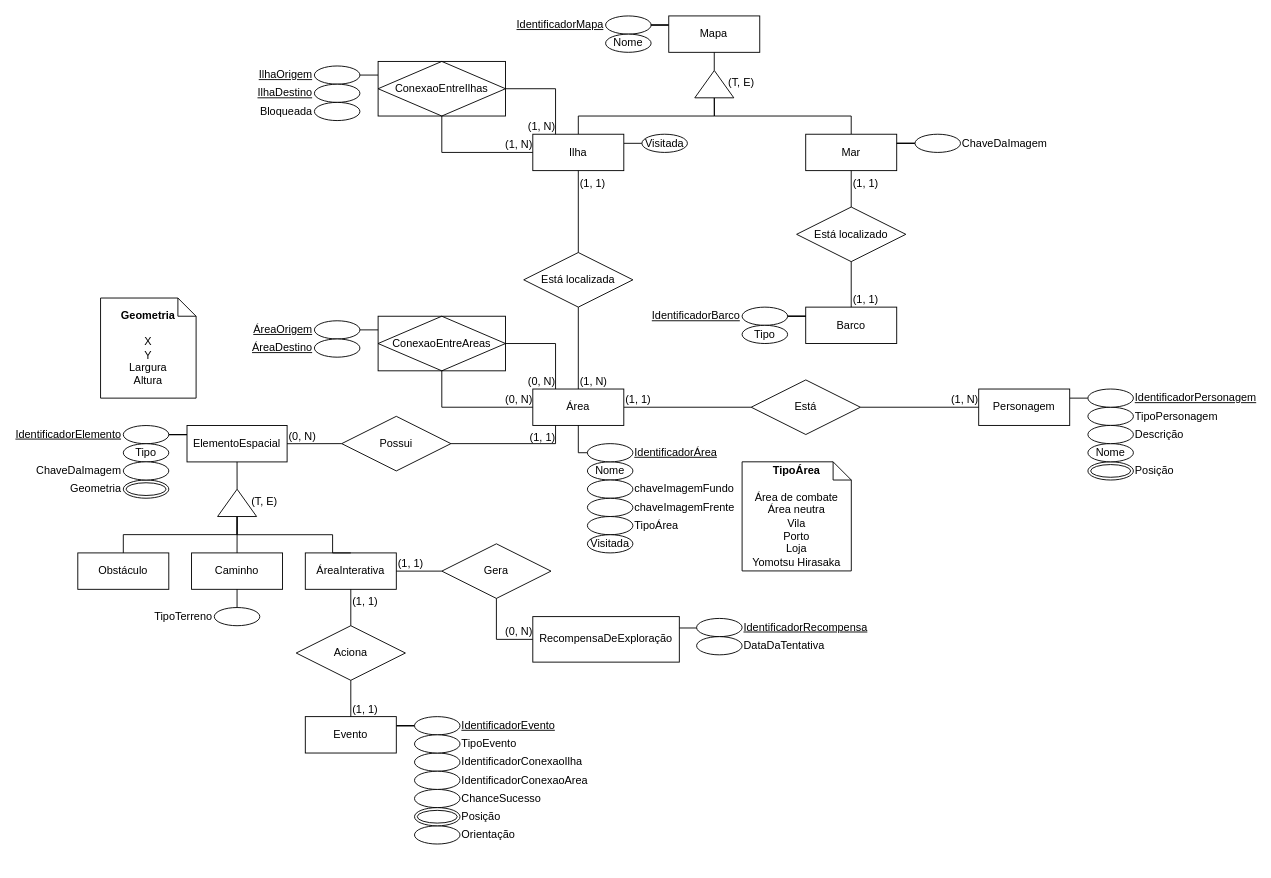
SBD1/2025.1-Marventura keeps this draw.io diagram as docs/assets/drawio/diagrama-entidade-relacionamento-mapa.drawio. Above is the earlier version. Source tidied: cells renumbered, new cells numbered last; positions are measured from the earlier drawing's top-left corner, leaving out a move shared by most shapes. Both pictures are drawn from the tidied source at 91%, with x=0, y=0 at pixel (77, 15).
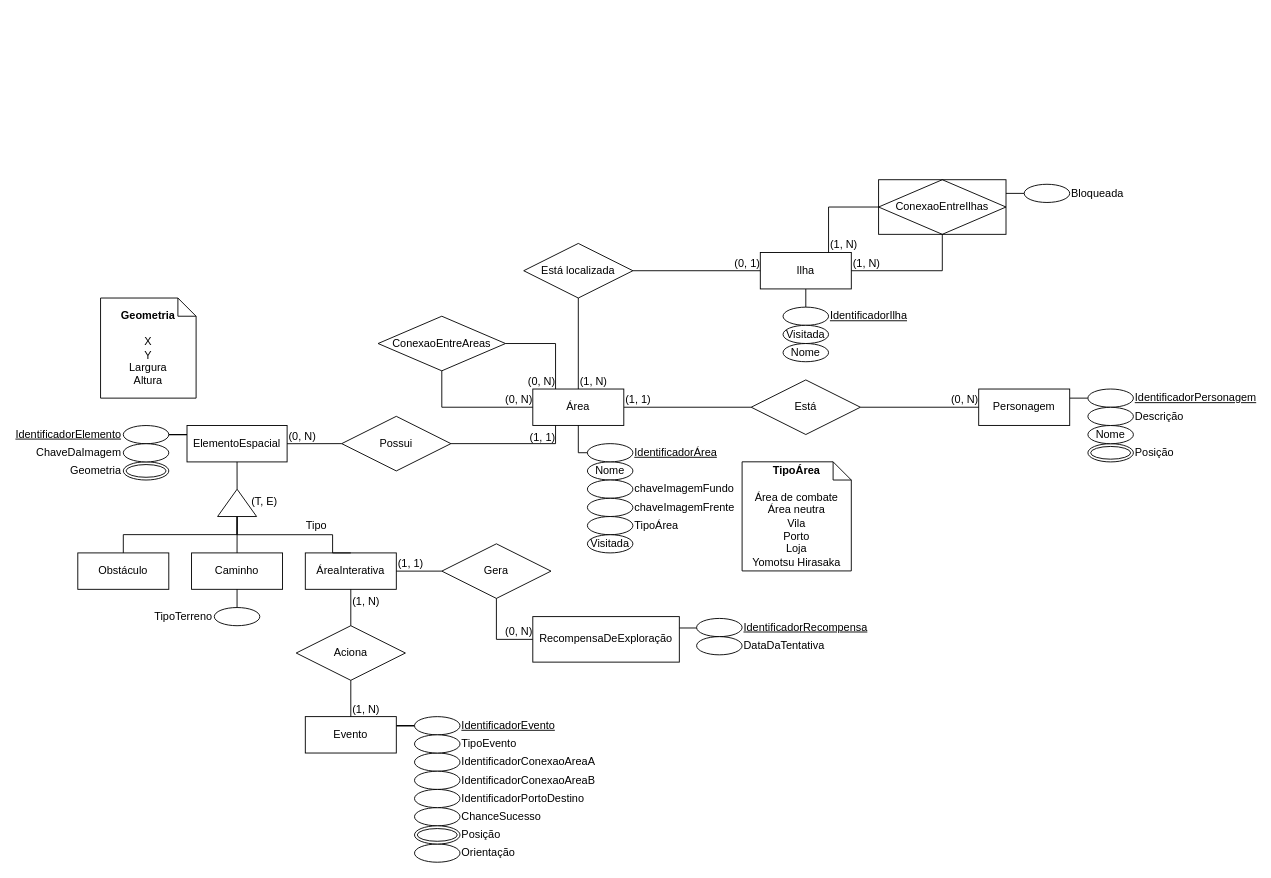
The same page after the edit.

Commit message (it also covers changes not shown here):
Adiciona versão final dos diagramas de mapa

Unchanged cells that the change refers to:
```xml
<mxCell id="7" style="endArrow=none;html=1;rounded=0;exitX=1;exitY=0.5;exitDx=0;exitDy=0;entryX=0;entryY=0.5;entryDx=0;entryDy=0;" parent="1" edge="1" source="4" target="3">
  <mxGeometry relative="1" as="geometry" />
</mxCell>
<mxCell id="102" style="endArrow=none;html=1;rounded=0;entryX=0.5;entryY=1;entryDx=0;entryDy=0;exitX=0.5;exitY=0;exitDx=0;exitDy=0;labelPosition=left;verticalLabelPosition=top;align=right;verticalAlign=bottom;" parent="1" edge="1" source="100" target="28">
  <mxGeometry relative="1" as="geometry" />
</mxCell>
<mxCell id="104" style="endArrow=none;html=1;rounded=0;entryX=0.5;entryY=0;entryDx=0;entryDy=0;exitX=0.5;exitY=1;exitDx=0;exitDy=0;labelPosition=right;verticalLabelPosition=top;align=left;verticalAlign=bottom;" parent="1" edge="1" source="100" target="101">
  <mxGeometry relative="1" as="geometry" />
</mxCell>
```

What changed in the source:
```diff
@@
-    <mxCell id="8" value="(1, N)" style="html=1;align=right;verticalAlign=bottom;" parent="7" vertex="1">
+    <mxCell id="8" value="(0, N)" style="html=1;align=right;verticalAlign=bottom;" parent="7" vertex="1">
       <mxGeometry x="1" relative="1" as="geometry" />
     </mxCell>
-    <mxCell id="9" value="TipoPersonagem" style="ellipse;whiteSpace=wrap;html=1;align=left;labelPosition=right;verticalLabelPosition=middle;verticalAlign=middle;" parent="1" vertex="1">
-      <mxGeometry x="1110" y="430" width="50" height="20" as="geometry" />
-    </mxCell>
@@
     <mxCell id="11" value="Posição" style="ellipse;shape=doubleEllipse;margin=3;whiteSpace=wrap;html=1;align=left;labelPosition=right;verticalLabelPosition=middle;verticalAlign=middle;" parent="1" vertex="1">
-      <mxGeometry x="1110" y="490" width="50" height="20" as="geometry" />
+      <mxGeometry x="1110" y="470.1" width="50" height="20" as="geometry" />
     </mxCell>
     <mxCell id="12" value="Nome" style="ellipse;whiteSpace=wrap;html=1;align=center;labelPosition=center;verticalLabelPosition=middle;verticalAlign=middle;" parent="1" vertex="1">
-      <mxGeometry x="1110" y="470" width="50" height="20" as="geometry" />
+      <mxGeometry x="1110" y="450.1" width="50" height="20" as="geometry" />
     </mxCell>
-    <mxCell id="13" style="edgeStyle=orthogonalEdgeStyle;rounded=0;jettySize=auto;html=1;entryX=0;entryY=0.25;entryDx=0;entryDy=0;endArrow=none;startFill=0;" parent="1" edge="1" source="14" target="38">
-      <mxGeometry relative="1" as="geometry" />
-    </mxCell>
-    <mxCell id="14" value="IdentificadorMapa" style="ellipse;whiteSpace=wrap;html=1;align=right;fontStyle=4;labelPosition=left;verticalLabelPosition=middle;verticalAlign=middle;" parent="1" vertex="1">
-      <mxGeometry x="580" width="50" height="20" as="geometry" />
-    </mxCell>
     <mxCell id="15" value="Descrição" style="ellipse;whiteSpace=wrap;html=1;align=left;labelPosition=right;verticalLabelPosition=middle;verticalAlign=middle;" parent="1" vertex="1">
-      <mxGeometry x="1110" y="450" width="50" height="20" as="geometry" />
+      <mxGeometry x="1110" y="430.1" width="50" height="20" as="geometry" />
     </mxCell>
@@
-    <mxCell id="17" style="edgeStyle=orthogonalEdgeStyle;rounded=0;jettySize=auto;html=1;endArrow=none;startFill=0;exitX=0;exitY=0.5;exitDx=0;exitDy=0;entryX=1;entryY=0.25;entryDx=0;entryDy=0;" parent="1" edge="1" source="18" target="58">
+    <mxCell id="17" style="edgeStyle=orthogonalEdgeStyle;rounded=0;jettySize=auto;html=1;exitX=0.5;exitY=0;exitDx=0;exitDy=0;entryX=0.5;entryY=1;entryDx=0;entryDy=0;endArrow=none;startFill=0;" parent="1" edge="1" source="18" target="58">
       <mxGeometry relative="1" as="geometry" />
     </mxCell>
-    <mxCell id="18" value="Visitada" style="ellipse;whiteSpace=wrap;html=1;align=center;" parent="1" vertex="1">
-      <mxGeometry x="619.9" y="130" width="50" height="20" as="geometry" />
+    <mxCell id="18" value="IdentificadorIlha" style="ellipse;whiteSpace=wrap;html=1;align=left;fontStyle=4;labelPosition=right;verticalLabelPosition=middle;verticalAlign=middle;" parent="1" vertex="1">
+      <mxGeometry x="775" y="320" width="50" height="20" as="geometry" />
     </mxCell>
@@
-    <mxCell id="36" value="Tipo" style="ellipse;whiteSpace=wrap;html=1;align=center;" parent="1" vertex="1">
-      <mxGeometry x="50" y="470.1" width="50" height="20" as="geometry" />
-    </mxCell>
     <mxCell id="37" value="Geometria" style="ellipse;shape=doubleEllipse;margin=3;whiteSpace=wrap;html=1;align=right;labelPosition=left;verticalLabelPosition=middle;verticalAlign=middle;" parent="1" vertex="1">
-      <mxGeometry x="50" y="510" width="50" height="20" as="geometry" />
+      <mxGeometry x="50" y="490" width="50" height="20" as="geometry" />
     </mxCell>
-    <mxCell id="38" value="Mapa" style="whiteSpace=wrap;html=1;align=center;" parent="1" vertex="1">
-      <mxGeometry x="649.4" width="100" height="40" as="geometry" />
-    </mxCell>
-    <mxCell id="39" style="edgeStyle=orthogonalEdgeStyle;rounded=0;jettySize=auto;html=1;exitX=0;exitY=0;exitDx=21.43;exitDy=0;exitPerimeter=0;entryX=0.5;entryY=1;entryDx=0;entryDy=0;endArrow=none;startFill=0;" parent="1" edge="1" source="53" target="38">
-      <mxGeometry relative="1" as="geometry">
-        <Array as="points">
-          <mxPoint x="699" y="40" />
-        </Array>
-      </mxGeometry>
-    </mxCell>
     <mxCell id="40" value="ChaveDaImagem" style="ellipse;whiteSpace=wrap;html=1;align=right;labelPosition=left;verticalLabelPosition=middle;verticalAlign=middle;" parent="1" vertex="1">
-      <mxGeometry x="50" y="490" width="50" height="20" as="geometry" />
+      <mxGeometry x="50" y="470.1" width="50" height="20" as="geometry" />
     </mxCell>
@@
     <mxCell id="45" value="Está localizada" style="shape=rhombus;perimeter=rhombusPerimeter;whiteSpace=wrap;html=1;align=center;" parent="1" vertex="1">
-      <mxGeometry x="490" y="260" width="120" height="60" as="geometry" />
+      <mxGeometry x="490" y="250" width="120" height="60" as="geometry" />
     </mxCell>
-    <mxCell id="46" style="edgeStyle=orthogonalEdgeStyle;rounded=0;jettySize=auto;html=1;entryX=0.5;entryY=0;entryDx=0;entryDy=0;endArrow=none;startFill=0;exitX=0.5;exitY=1;exitDx=0;exitDy=0;exitPerimeter=0;" parent="1" edge="1" source="53" target="58">
-      <mxGeometry relative="1" as="geometry">
-        <Array as="points">
-          <mxPoint x="699" y="110" />
-          <mxPoint x="550" y="110" />
-        </Array>
-      </mxGeometry>
-    </mxCell>
-    <mxCell id="47" style="edgeStyle=orthogonalEdgeStyle;rounded=0;jettySize=auto;html=1;entryX=0.5;entryY=0;entryDx=0;entryDy=0;endArrow=none;startFill=0;exitX=0.5;exitY=1;exitDx=0;exitDy=0;exitPerimeter=0;" parent="1" edge="1" source="53" target="57">
-      <mxGeometry relative="1" as="geometry">
-        <Array as="points">
-          <mxPoint x="699" y="110" />
-          <mxPoint x="850" y="110" />
-        </Array>
-      </mxGeometry>
-    </mxCell>
     <mxCell id="48" value="Nome" style="ellipse;whiteSpace=wrap;html=1;align=center;" parent="1" vertex="1">
-      <mxGeometry x="580" y="20" width="50" height="20" as="geometry" />
+      <mxGeometry x="775" y="360" width="50" height="20" as="geometry" />
     </mxCell>
@@
-    <mxCell id="51" style="group;" parent="1" vertex="1">
-      <mxGeometry x="678" y="60" width="71.4" height="30" as="geometry" />
-    </mxCell>
-    <mxCell id="52" value="(T, E)" style="text;strokeColor=none;fillColor=none;spacingLeft=4;spacingRight=4;overflow=hidden;fontSize=12;whiteSpace=wrap;html=1;" parent="51" vertex="1">
-      <mxGeometry x="31.4" width="40" height="30" as="geometry" />
-    </mxCell>
-    <mxCell id="53" style="verticalLabelPosition=bottom;verticalAlign=top;html=1;shape=mxgraph.basic.acute_triangle;dx=0.5;" parent="51" vertex="1">
-      <mxGeometry width="42.9" height="30" as="geometry" />
-    </mxCell>
@@
-    <mxCell id="56" value="ConexaoEntreAreas" style="shape=associativeEntity;whiteSpace=wrap;html=1;align=center;" parent="1" vertex="1">
+    <mxCell id="56" value="ConexaoEntreAreas" style="shape=rhombus;perimeter=rhombusPerimeter;whiteSpace=wrap;html=1;align=center;" parent="1" vertex="1">
       <mxGeometry x="330" y="330" width="140" height="60" as="geometry" />
     </mxCell>
-    <mxCell id="57" value="Mar" style="whiteSpace=wrap;html=1;align=center;" parent="1" vertex="1">
-      <mxGeometry x="799.9" y="130" width="100" height="40" as="geometry" />
-    </mxCell>
     <mxCell id="58" value="Ilha" style="whiteSpace=wrap;html=1;align=center;" parent="1" vertex="1">
-      <mxGeometry x="500" y="130" width="100" height="40" as="geometry" />
+      <mxGeometry x="750" y="260" width="100" height="40" as="geometry" />
     </mxCell>
-    <mxCell id="59" style="edgeStyle=orthogonalEdgeStyle;rounded=0;jettySize=auto;html=1;exitX=0;exitY=0.25;exitDx=0;exitDy=0;entryX=1;entryY=0.5;entryDx=0;entryDy=0;endArrow=none;startFill=0;" parent="1" edge="1" source="60" target="61">
+    <mxCell id="59" style="edgeStyle=orthogonalEdgeStyle;rounded=0;jettySize=auto;html=1;exitX=1;exitY=0.25;exitDx=0;exitDy=0;entryX=0;entryY=0.5;entryDx=0;entryDy=0;endArrow=none;startFill=0;" parent="1" edge="1" source="60" target="63">
       <mxGeometry relative="1" as="geometry" />
     </mxCell>
     <mxCell id="60" value="ConexaoEntreIlhas" style="shape=associativeEntity;whiteSpace=wrap;html=1;align=center;" parent="1" vertex="1">
-      <mxGeometry x="330" y="50" width="140" height="60" as="geometry" />
+      <mxGeometry x="880" y="180" width="140" height="60" as="geometry" />
     </mxCell>
-    <mxCell id="61" value="IlhaOrigem" style="ellipse;whiteSpace=wrap;html=1;align=right;fontStyle=4;labelPosition=left;verticalLabelPosition=middle;verticalAlign=middle;" parent="1" vertex="1">
-      <mxGeometry x="260" y="55" width="50" height="20" as="geometry" />
-    </mxCell>
-    <mxCell id="62" value="IlhaDestino" style="ellipse;whiteSpace=wrap;html=1;align=right;fontStyle=4;labelPosition=left;verticalLabelPosition=middle;verticalAlign=middle;" parent="1" vertex="1">
-      <mxGeometry x="260" y="75" width="50" height="20" as="geometry" />
-    </mxCell>
-    <mxCell id="63" value="Bloqueada" style="ellipse;whiteSpace=wrap;html=1;align=right;fontStyle=0;labelPosition=left;verticalLabelPosition=middle;verticalAlign=middle;" parent="1" vertex="1">
-      <mxGeometry x="260" y="95" width="50" height="20" as="geometry" />
+    <mxCell id="63" value="Bloqueada" style="ellipse;whiteSpace=wrap;html=1;align=left;fontStyle=0;labelPosition=right;verticalLabelPosition=middle;verticalAlign=middle;" parent="1" vertex="1">
+      <mxGeometry x="1040" y="185" width="50" height="20" as="geometry" />
     </mxCell>
-    <mxCell id="64" style="endArrow=none;html=1;rounded=0;exitX=0.5;exitY=1;exitDx=0;exitDy=0;entryX=0;entryY=0.5;entryDx=0;entryDy=0;edgeStyle=orthogonalEdgeStyle;" parent="1" edge="1" source="60" target="58">
+    <mxCell id="64" style="endArrow=none;html=1;rounded=0;exitX=0;exitY=0.5;exitDx=0;exitDy=0;entryX=0.75;entryY=0;entryDx=0;entryDy=0;edgeStyle=orthogonalEdgeStyle;" parent="1" edge="1" source="60" target="58">
       <mxGeometry relative="1" as="geometry" />
     </mxCell>
-    <mxCell id="65" value="(1, N)" style="html=1;align=right;verticalAlign=bottom;labelPosition=left;verticalLabelPosition=top;" parent="64" vertex="1">
+    <mxCell id="65" value="(1, N)" style="html=1;align=left;verticalAlign=bottom;labelPosition=right;verticalLabelPosition=top;" parent="64" vertex="1">
       <mxGeometry x="1" relative="1" as="geometry" />
     </mxCell>
-    <mxCell id="66" style="endArrow=none;html=1;rounded=0;exitX=1;exitY=0.5;exitDx=0;exitDy=0;entryX=0.25;entryY=0;entryDx=0;entryDy=0;elbow=vertical;edgeStyle=orthogonalEdgeStyle;" parent="1" edge="1" source="60" target="58">
+    <mxCell id="66" style="endArrow=none;html=1;rounded=0;exitX=0.5;exitY=1;exitDx=0;exitDy=0;entryX=1;entryY=0.5;entryDx=0;entryDy=0;elbow=vertical;edgeStyle=orthogonalEdgeStyle;" parent="1" edge="1" source="60" target="58">
       <mxGeometry relative="1" as="geometry" />
     </mxCell>
-    <mxCell id="67" value="(1, N)" style="html=1;align=right;verticalAlign=bottom;labelPosition=left;verticalLabelPosition=top;" parent="66" vertex="1">
+    <mxCell id="67" value="(1, N)" style="html=1;align=left;verticalAlign=bottom;labelPosition=right;verticalLabelPosition=top;" parent="66" vertex="1">
       <mxGeometry x="1" relative="1" as="geometry" />
     </mxCell>
-    <mxCell id="68" style="endArrow=none;html=1;rounded=0;entryX=0.5;entryY=1;entryDx=0;entryDy=0;exitX=0.5;exitY=0;exitDx=0;exitDy=0;" parent="1" edge="1" source="71" target="57">
-      <mxGeometry relative="1" as="geometry" />
-    </mxCell>
-    <mxCell id="69" value="(1, 1)" style="html=1;align=left;verticalAlign=top;labelPosition=right;verticalLabelPosition=bottom;" parent="68" vertex="1">
-      <mxGeometry x="1" relative="1" as="geometry" />
-    </mxCell>
-    <mxCell id="70" value="Barco" style="whiteSpace=wrap;html=1;align=center;" parent="1" vertex="1">
-      <mxGeometry x="799.9" y="320" width="100" height="40" as="geometry" />
-    </mxCell>
-    <mxCell id="71" value="Está localizado" style="shape=rhombus;perimeter=rhombusPerimeter;whiteSpace=wrap;html=1;align=center;" parent="1" vertex="1">
-      <mxGeometry x="789.9" y="210" width="120" height="60" as="geometry" />
-    </mxCell>
-    <mxCell id="72" style="endArrow=none;html=1;rounded=0;entryX=0.5;entryY=0;entryDx=0;entryDy=0;exitX=0.5;exitY=1;exitDx=0;exitDy=0;" parent="1" edge="1" source="71" target="70">
-      <mxGeometry relative="1" as="geometry" />
-    </mxCell>
-    <mxCell id="73" value="(1, 1)" style="html=1;align=left;verticalAlign=bottom;labelPosition=right;verticalLabelPosition=top;" parent="72" vertex="1">
-      <mxGeometry x="1" relative="1" as="geometry" />
-    </mxCell>
-    <mxCell id="74" style="endArrow=none;html=1;rounded=0;entryX=0.5;entryY=1;entryDx=0;entryDy=0;exitX=0.5;exitY=0;exitDx=0;exitDy=0;" parent="1" edge="1" source="45" target="58">
+    <mxCell id="74" style="endArrow=none;html=1;rounded=0;entryX=0;entryY=0.5;entryDx=0;entryDy=0;exitX=1;exitY=0.5;exitDx=0;exitDy=0;" parent="1" edge="1" source="45" target="58">
       <mxGeometry relative="1" as="geometry" />
     </mxCell>
-    <mxCell id="75" value="(1, 1)" style="html=1;align=left;verticalAlign=top;labelPosition=right;verticalLabelPosition=bottom;" parent="74" vertex="1">
+    <mxCell id="75" value="(0, 1)" style="html=1;align=right;verticalAlign=bottom;labelPosition=left;verticalLabelPosition=top;" parent="74" vertex="1">
       <mxGeometry x="1" relative="1" as="geometry" />
     </mxCell>
@@
-    <mxCell id="80" style="edgeStyle=orthogonalEdgeStyle;rounded=0;jettySize=auto;html=1;exitX=0;exitY=0.25;exitDx=0;exitDy=0;entryX=1;entryY=0.5;entryDx=0;entryDy=0;endArrow=none;startFill=0;" parent="1" edge="1" source="56" target="81">
-      <mxGeometry relative="1" as="geometry" />
-    </mxCell>
-    <mxCell id="81" value="ÁreaOrigem" style="ellipse;whiteSpace=wrap;html=1;align=right;fontStyle=4;labelPosition=left;verticalLabelPosition=middle;verticalAlign=middle;" parent="1" vertex="1">
-      <mxGeometry x="260" y="335" width="50" height="20" as="geometry" />
-    </mxCell>
-    <mxCell id="82" value="ÁreaDestino" style="ellipse;whiteSpace=wrap;html=1;align=right;fontStyle=4;labelPosition=left;verticalLabelPosition=middle;verticalAlign=middle;" parent="1" vertex="1">
-      <mxGeometry x="260" y="355" width="50" height="20" as="geometry" />
-    </mxCell>
-    <mxCell id="83" value="IdentificadorConexaoIlha " style="ellipse;whiteSpace=wrap;html=1;align=left;labelPosition=right;verticalLabelPosition=middle;verticalAlign=middle;" parent="1" vertex="1">
+    <mxCell id="83" value="IdentificadorConexaoAreaA" style="ellipse;whiteSpace=wrap;html=1;align=left;labelPosition=right;verticalLabelPosition=middle;verticalAlign=middle;" parent="1" vertex="1">
       <mxGeometry x="370" y="810" width="50" height="20" as="geometry" />
     </mxCell>
     <mxCell id="84" value="ChanceSucesso" style="ellipse;whiteSpace=wrap;html=1;align=left;labelPosition=right;verticalLabelPosition=middle;verticalAlign=middle;" parent="1" vertex="1">
-      <mxGeometry x="370" y="850" width="50" height="20" as="geometry" />
+      <mxGeometry x="370" y="870" width="50" height="20" as="geometry" />
     </mxCell>
     <mxCell id="85" value="Orientação" style="ellipse;whiteSpace=wrap;html=1;align=left;labelPosition=right;verticalLabelPosition=middle;verticalAlign=middle;" parent="1" vertex="1">
-      <mxGeometry x="370" y="890" width="50" height="20" as="geometry" />
+      <mxGeometry x="370" y="910" width="50" height="20" as="geometry" />
     </mxCell>
@@
-    <mxCell id="98" style="edgeStyle=orthogonalEdgeStyle;rounded=0;jettySize=auto;html=1;entryX=0;entryY=0.25;entryDx=0;entryDy=0;endArrow=none;startFill=0;" parent="1" edge="1" source="99" target="70">
-      <mxGeometry relative="1" as="geometry" />
-    </mxCell>
-    <mxCell id="99" value="IdentificadorBarco" style="ellipse;whiteSpace=wrap;html=1;align=right;fontStyle=4;labelPosition=left;verticalLabelPosition=middle;verticalAlign=middle;" parent="1" vertex="1">
-      <mxGeometry x="730" y="320" width="50" height="20" as="geometry" />
-    </mxCell>
@@
-    <mxCell id="103" value="(1, 1)" style="html=1;align=left;verticalAlign=top;labelPosition=right;verticalLabelPosition=bottom;" parent="102" vertex="1">
+    <mxCell id="103" value="(1, N)" style="html=1;align=left;verticalAlign=top;labelPosition=right;verticalLabelPosition=bottom;" parent="102" vertex="1">
       <mxGeometry x="1" relative="1" as="geometry" />
     </mxCell>
@@
-    <mxCell id="105" value="(1, 1)" style="html=1;align=left;verticalAlign=bottom;labelPosition=right;verticalLabelPosition=top;" parent="104" vertex="1">
+    <mxCell id="105" value="(1, N)" style="html=1;align=left;verticalAlign=bottom;labelPosition=right;verticalLabelPosition=top;" parent="104" vertex="1">
       <mxGeometry x="1" relative="1" as="geometry" />
     </mxCell>
-    <mxCell id="106" value="IdentificadorConexaoArea " style="ellipse;whiteSpace=wrap;html=1;align=left;labelPosition=right;verticalLabelPosition=middle;verticalAlign=middle;" parent="1" vertex="1">
+    <mxCell id="106" value="IdentificadorConexaoAreaB" style="ellipse;whiteSpace=wrap;html=1;align=left;labelPosition=right;verticalLabelPosition=middle;verticalAlign=middle;" parent="1" vertex="1">
       <mxGeometry x="370" y="830" width="50" height="20" as="geometry" />
     </mxCell>
@@
-    <mxCell id="108" value="Tipo" style="ellipse;whiteSpace=wrap;html=1;align=center;fontStyle=0;" parent="1" vertex="1">
-      <mxGeometry x="730" y="340" width="50" height="20" as="geometry" />
-    </mxCell>
     <mxCell id="109" value="Posição" style="ellipse;shape=doubleEllipse;margin=3;whiteSpace=wrap;html=1;align=left;labelPosition=right;verticalLabelPosition=middle;verticalAlign=middle;" parent="1" vertex="1">
-      <mxGeometry x="370" y="870" width="50" height="20" as="geometry" />
+      <mxGeometry x="370" y="890" width="50" height="20" as="geometry" />
     </mxCell>
@@
-    <mxCell id="112" style="edgeStyle=orthogonalEdgeStyle;rounded=0;jettySize=auto;html=1;entryX=1;entryY=0.25;entryDx=0;entryDy=0;endArrow=none;startFill=0;" parent="1" edge="1" source="113" target="57">
-      <mxGeometry relative="1" as="geometry" />
-    </mxCell>
-    <mxCell id="113" value="ChaveDaImagem" style="ellipse;whiteSpace=wrap;html=1;align=left;labelPosition=right;verticalLabelPosition=middle;verticalAlign=middle;" parent="1" vertex="1">
-      <mxGeometry x="920" y="130" width="50" height="20" as="geometry" />
-    </mxCell>
@@
+    <mxCell id="118" value="Visitada" style="ellipse;whiteSpace=wrap;html=1;align=center;" parent="1" vertex="1">
+      <mxGeometry x="775" y="340" width="50" height="20" as="geometry" />
+    </mxCell>
+    <mxCell id="119" value="IdentificadorPortoDestino" style="ellipse;whiteSpace=wrap;html=1;align=left;labelPosition=right;verticalLabelPosition=middle;verticalAlign=middle;" parent="1" vertex="1">
+      <mxGeometry x="370" y="850" width="50" height="20" as="geometry" />
+    </mxCell>
+    <mxCell id="120" value="Tipo" style="text;strokeColor=none;fillColor=none;spacingLeft=4;spacingRight=4;overflow=hidden;fontSize=12;html=1;verticalAlign=middle;whiteSpace=wrap;align=right;" parent="1" vertex="1">
+      <mxGeometry x="240" y="550.1" width="40" height="20" as="geometry" />
+    </mxCell>
```
